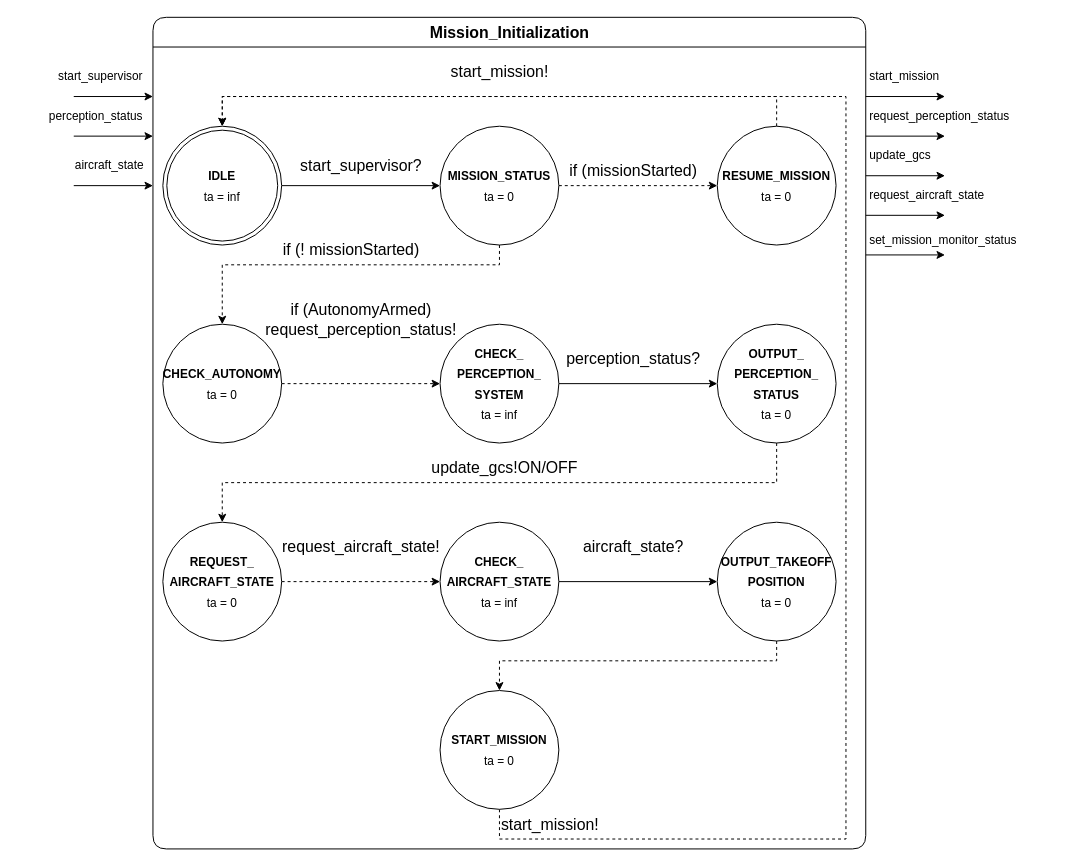
The draw.io diagram page "Mission_Initialization" (4 of 18) of docs/diagrams/DEVS_Supervisor.drawio.xml in epecker/FlightSupervisor, before the edit. Source tidied: cells renumbered, new cells numbered last; positions are measured from the earlier drawing's top-left corner, leaving out a move shared by most shapes. Both pictures are drawn from the tidied source at 99%, with x=0, y=0 at pixel (73, 17).
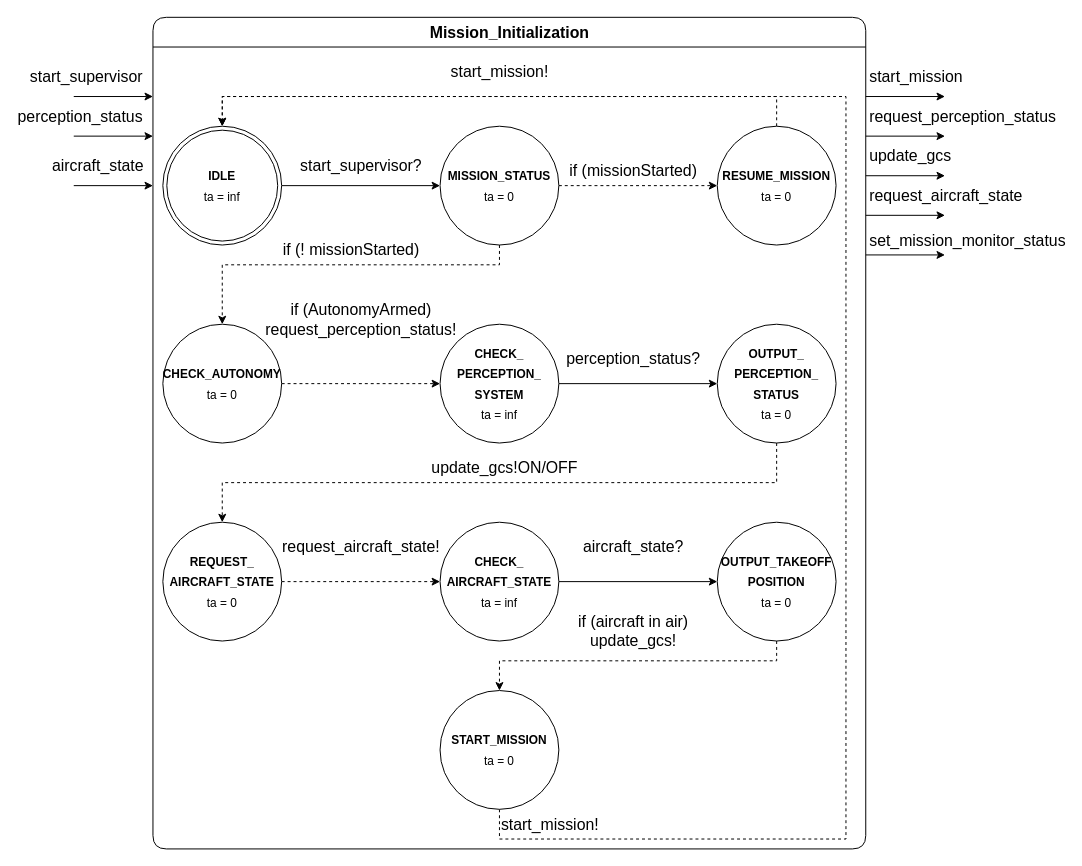
Above is the later version.

Unchanged cells that the change refers to:
```xml
<mxCell id="2" value="Mission_Initialization" style="swimlane;rounded=1;fontSize=16;startSize=30;html=1;spacing=4;" parent="1" vertex="1">
  <mxGeometry x="80" width="720" height="840" as="geometry" />
</mxCell>
```

Diff of the diagram source:
```diff
@@
+    <mxCell id="43" value="&lt;div style=&quot;font-size: 16px;&quot;&gt;if (aircraft in air)&lt;/div&gt;&lt;div style=&quot;font-size: 16px;&quot;&gt;update_gcs!&lt;br style=&quot;font-size: 16px;&quot;&gt;&lt;/div&gt;" style="text;html=1;align=center;verticalAlign=middle;strokeColor=none;fillColor=none;fontSize=16;spacing=4;" parent="2" vertex="1">
+      <mxGeometry x="415" y="590" width="140" height="60" as="geometry" />
+    </mxCell>
-    <mxCell id="34" value="start_supervisor" style="endArrow=classic;html=1;rounded=1;fontSize=12;align=right;spacing=4;" parent="1" edge="1">
+    <mxCell id="34" value="start_supervisor" style="endArrow=classic;html=1;rounded=1;fontSize=16;align=right;spacing=4;" parent="1" edge="1">
       <mxGeometry x="0.83" y="20" relative="1" as="geometry">
         <mxPoint y="80" as="sourcePoint" />
         <mxPoint x="80" y="80" as="targetPoint" />
       </mxGeometry>
     </mxCell>
-    <mxCell id="35" value="start_mission" style="endArrow=classic;html=1;rounded=1;fontSize=12;align=left;spacing=4;" parent="1" edge="1">
+    <mxCell id="35" value="start_mission" style="endArrow=classic;html=1;rounded=1;fontSize=16;align=left;spacing=4;" parent="1" edge="1">
       <mxGeometry x="-1" y="20" relative="1" as="geometry">
         <mxPoint x="800" y="80" as="sourcePoint" />
         <mxPoint x="880" y="80" as="targetPoint" />
       </mxGeometry>
     </mxCell>
-    <mxCell id="36" value="perception_status" style="endArrow=classic;html=1;rounded=1;fontSize=12;align=right;spacing=4;" parent="1" edge="1">
+    <mxCell id="36" value="perception_status" style="endArrow=classic;html=1;rounded=1;fontSize=16;align=right;spacing=4;" parent="1" edge="1">
       <mxGeometry x="0.83" y="20" relative="1" as="geometry">
         <mxPoint y="120" as="sourcePoint" />
         <mxPoint x="80" y="120" as="targetPoint" />
       </mxGeometry>
     </mxCell>
-    <mxCell id="37" value="request_perception_status" style="endArrow=classic;html=1;rounded=1;fontSize=12;align=left;spacing=4;" parent="1" edge="1">
+    <mxCell id="37" value="request_perception_status" style="endArrow=classic;html=1;rounded=1;fontSize=16;align=left;spacing=4;" parent="1" edge="1">
       <mxGeometry x="-1" y="20" relative="1" as="geometry">
         <mxPoint x="800" y="120" as="sourcePoint" />
         <mxPoint x="880" y="120" as="targetPoint" />
       </mxGeometry>
     </mxCell>
-    <mxCell id="38" value="update_gcs" style="endArrow=classic;html=1;rounded=1;fontSize=12;align=left;spacing=4;" parent="1" edge="1">
+    <mxCell id="38" value="update_gcs" style="endArrow=classic;html=1;rounded=1;fontSize=16;align=left;spacing=4;" parent="1" edge="1">
       <mxGeometry x="-1" y="20" relative="1" as="geometry">
         <mxPoint x="800" y="160" as="sourcePoint" />
         <mxPoint x="880" y="160" as="targetPoint" />
       </mxGeometry>
     </mxCell>
-    <mxCell id="39" value="request_aircraft_state" style="endArrow=classic;html=1;fontSize=12;align=left;spacing=4;" parent="1" edge="1">
+    <mxCell id="39" value="request_aircraft_state" style="endArrow=classic;html=1;fontSize=16;align=left;spacing=4;" parent="1" edge="1">
       <mxGeometry x="-1" y="20" relative="1" as="geometry">
         <mxPoint x="800" y="200" as="sourcePoint" />
         <mxPoint x="880" y="200" as="targetPoint" />
       </mxGeometry>
     </mxCell>
-    <mxCell id="40" value="&lt;div&gt;aircraft_state&lt;/div&gt;" style="orthogonalLoop=1;jettySize=auto;html=1;fontSize=12;startArrow=classic;startFill=1;endArrow=none;endFill=0;align=right;spacing=4;" parent="1" edge="1">
+    <mxCell id="40" value="&lt;div style=&quot;font-size: 16px;&quot;&gt;aircraft_state&lt;/div&gt;" style="orthogonalLoop=1;jettySize=auto;html=1;fontSize=16;startArrow=classic;startFill=1;endArrow=none;endFill=0;align=right;spacing=4;" parent="1" edge="1">
       <mxGeometry x="-0.86" y="-20" relative="1" as="geometry">
         <mxPoint x="80" y="170" as="sourcePoint" />
         <mxPoint y="170" as="targetPoint" />
       </mxGeometry>
     </mxCell>
@@
-    <mxCell id="42" value="&lt;div&gt;set_mission_monitor_status&lt;/div&gt;" style="text;html=1;strokeColor=none;fillColor=none;align=left;verticalAlign=middle;whiteSpace=wrap;rounded=0;spacing=4;" parent="1" vertex="1">
+    <mxCell id="42" value="&lt;div style=&quot;font-size: 16px;&quot;&gt;set_mission_monitor_status&lt;/div&gt;" style="text;html=1;strokeColor=none;fillColor=none;align=left;verticalAlign=middle;whiteSpace=wrap;rounded=0;spacing=4;fontSize=16;" parent="1" vertex="1">
       <mxGeometry x="800" y="210" width="160" height="30" as="geometry" />
     </mxCell>
```
